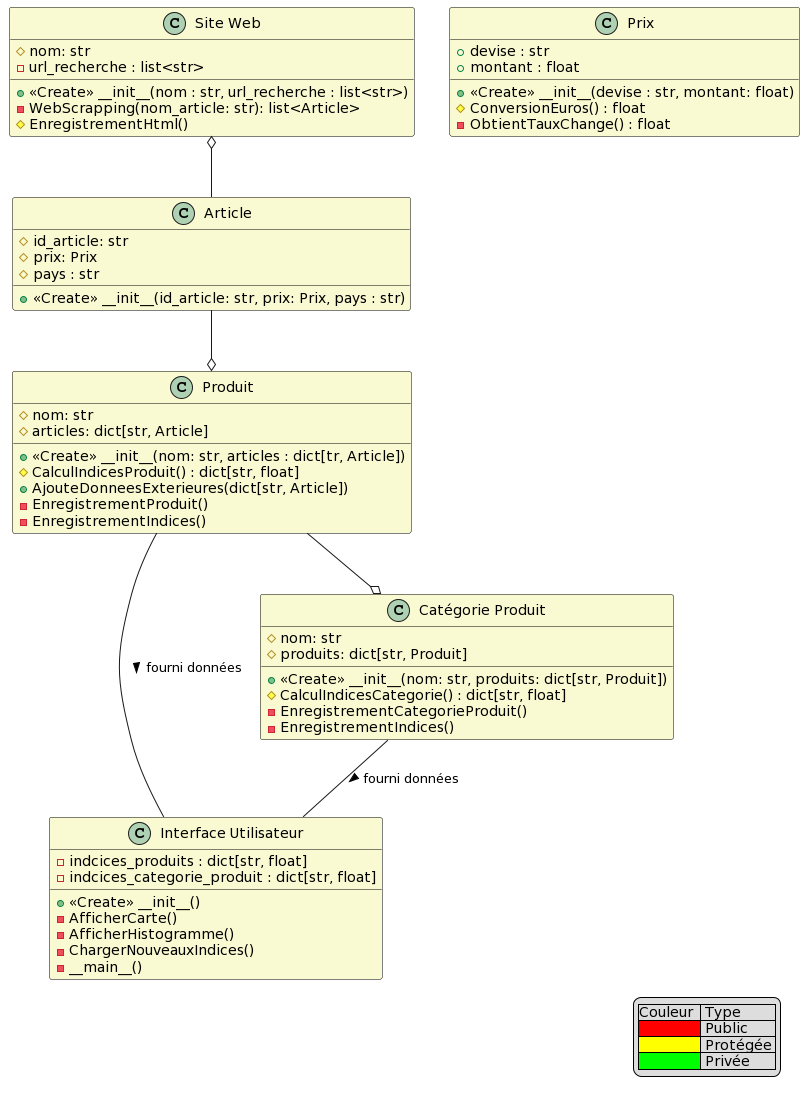
Before: diagrammes/uml.png, a diagram exported from PlantUML (Sjats/ProjetTraitementdeDonnees2024).
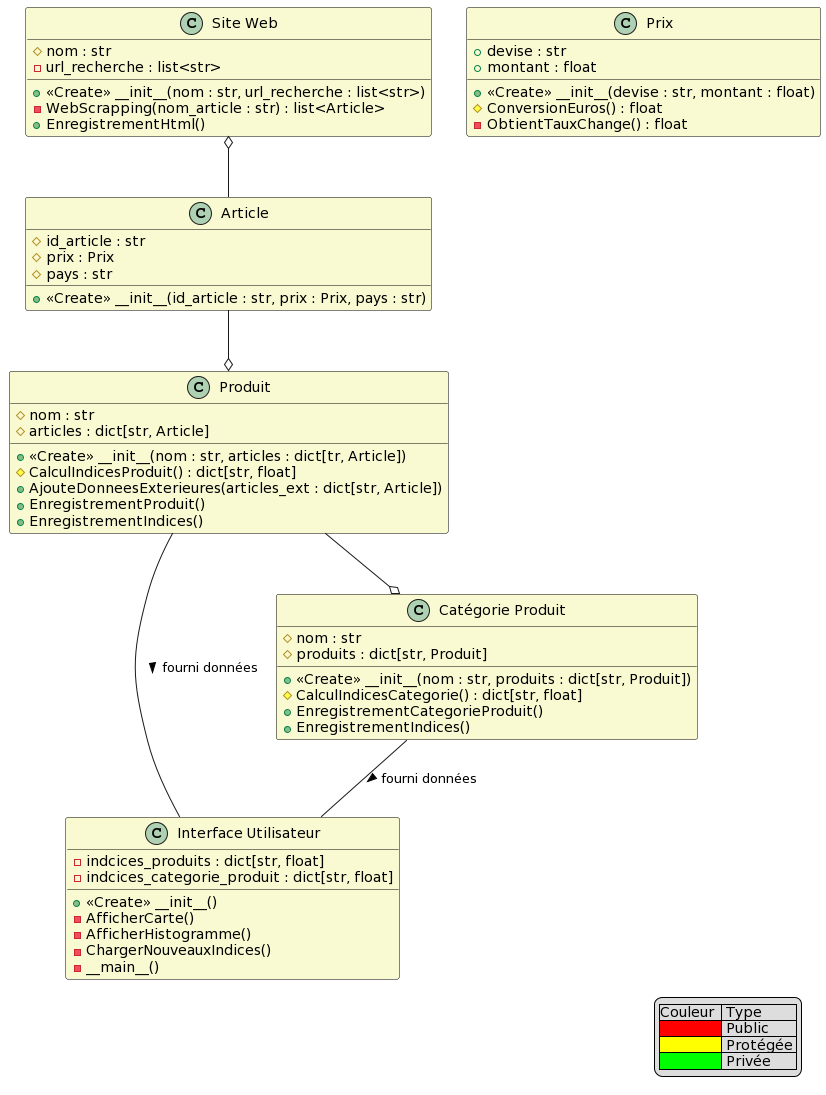
After the commit.

Diff of the diagram source:
```diff
@@ -12,11 +12,11 @@
 }
 
 class "Site Web" {
-    # nom: str
+    # nom : str
     - url_recherche : list<str>
     + <<Create>> __init__(nom : str, url_recherche : list<str>)
-    - WebScrapping(nom_article: str): list<Article>
-    # EnregistrementHtml()
+    - WebScrapping(nom_article : str) : list<Article>
+    + EnregistrementHtml()
 
 
 }
@@ -32,35 +32,35 @@
 }
 
 class Article {
-    # id_article: str
-    # prix: Prix
+    # id_article : str
+    # prix : Prix
     # pays : str
-    + <<Create>> __init__(id_article: str, prix: Prix, pays : str)
+    + <<Create>> __init__(id_article : str, prix : Prix, pays : str)
 }
 
 class Produit {
-    # nom: str
-    # articles: dict[str, Article]
-    + <<Create>> __init__(nom: str, articles : dict[tr, Article])
+    # nom : str
+    # articles : dict[str, Article]
+    + <<Create>> __init__(nom : str, articles : dict[tr, Article])
     # CalculIndicesProduit() : dict[str, float]
-    + AjouteDonneesExterieures(dict[str, Article])
-    - EnregistrementProduit()
-    - EnregistrementIndices()
+    + AjouteDonneesExterieures(articles_ext : dict[str, Article])
+    + EnregistrementProduit()
+    + EnregistrementIndices()
 }
 
 class "Catégorie Produit" {
-    # nom: str
-    # produits: dict[str, Produit]
-    + <<Create>> __init__(nom: str, produits: dict[str, Produit])
+    # nom : str
+    # produits : dict[str, Produit]
+    + <<Create>> __init__(nom : str, produits : dict[str, Produit])
     # CalculIndicesCategorie() : dict[str, float]
-    - EnregistrementCategorieProduit()
-    - EnregistrementIndices()
+    + EnregistrementCategorieProduit()
+    + EnregistrementIndices()
 }
 
 class Prix {
     + devise : str
     + montant : float
-    + <<Create>> __init__(devise : str, montant: float)
+    + <<Create>> __init__(devise : str, montant : float)
     # ConversionEuros() : float
     - ObtientTauxChange() : float
 
```
